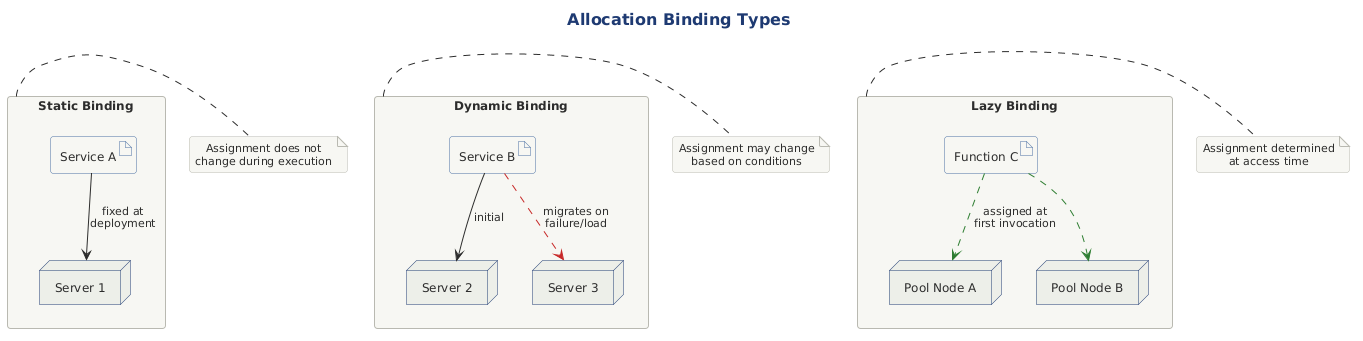
This is src/architecture/views-and-beyond/style-catalogs/allocation/deployment-style/png/allocation-binding-types.png from Notoriousjayy/latex-docs, a PlantUML export, as it was before one commit.
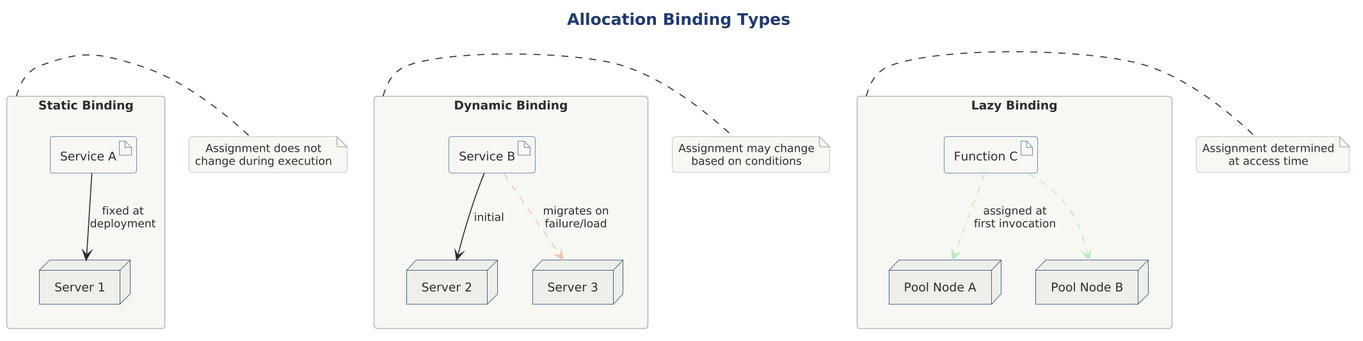
The same diagram one commit later.

The edit, as a diff of the source:
```diff
@@ -1,4 +1,9 @@
 @startuml
+
+skinparam dpi 150
+
+
+
 
 title Allocation Binding Types
 
@@ -20,7 +25,7 @@
     node "Server 2" as srv2_dyn
     node "Server 3" as srv3_dyn
     svcB_dyn -down-> srv2_dyn : initial
-    svcB_dyn .[#C62828,dashed].> srv3_dyn : migrates on\nfailure/load
+    svcB_dyn .[$deep_invalid,dashed].> srv3_dyn : migrates on\nfailure/load
 }
 
 note right of dynamic
@@ -32,8 +37,8 @@
     artifact "Function C" as func_lazy
     node "Pool Node A" as pool1
     node "Pool Node B" as pool2
-    func_lazy .[#2E7D32,dashed].> pool1 : assigned at\nfirst invocation
-    func_lazy .[#2E7D32,dashed].> pool2
+    func_lazy .[$deep_ok,dashed].> pool1 : assigned at\nfirst invocation
+    func_lazy .[$deep_ok,dashed].> pool2
 }
 
 note right of lazy
```
